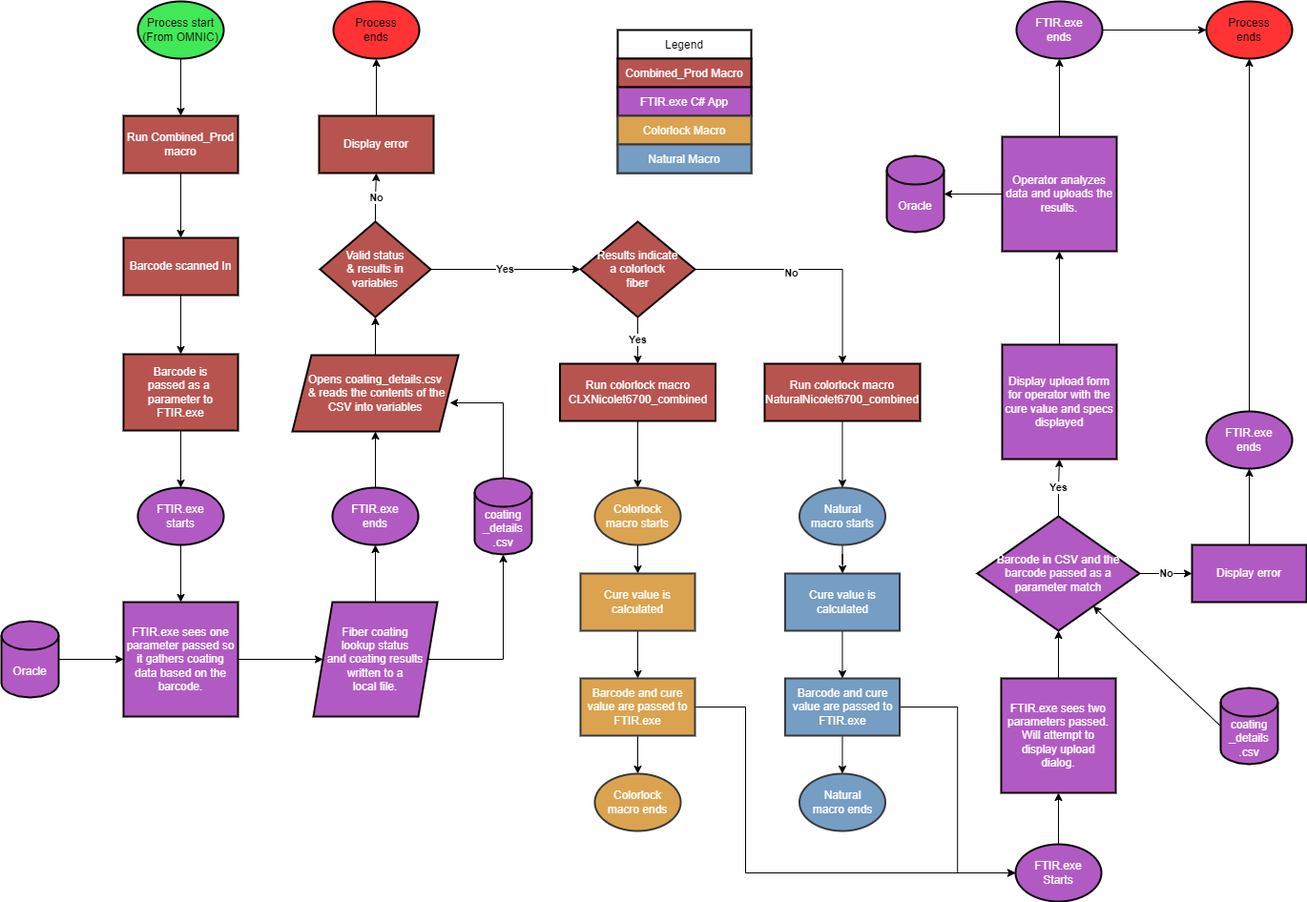
Before: README/cla_ftir/ftir_flow_chart.png, a diagram exported from draw.io (PrysmianGroup/.github). Source tidied: cells renumbered, new cells last; positions are measured from the earlier drawing's top-left corner, leaving out a move shared by most shapes.
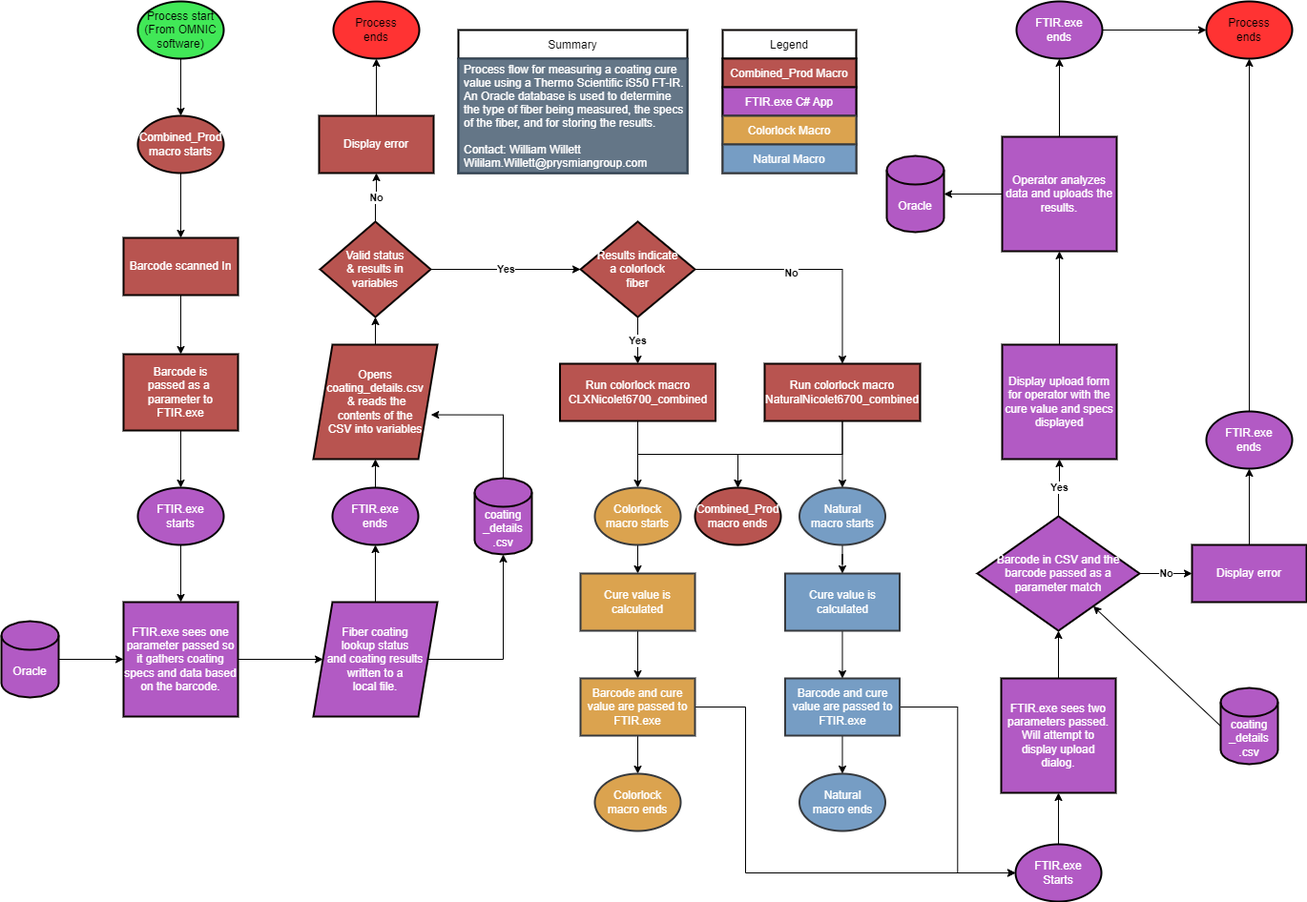
The same diagram one commit later.

Commit message:
Updated cla_ftir flow chart

What changed in the source:
```diff
@@ -2,16 +2,10 @@
   <root>
     <mxCell id="0" />
     <mxCell id="1" parent="0" />
-    <mxCell id="2" style="edgeStyle=orthogonalEdgeStyle;rounded=0;jettySize=auto;html=1;entryX=0.5;entryY=0;entryDx=0;entryDy=0;" parent="1" edge="1" source="3" target="7">
-      <mxGeometry relative="1" as="geometry" />
-    </mxCell>
-    <mxCell id="3" value="Run Combined_Prod macro" style="rounded=0;whiteSpace=wrap;html=1;fillColor=#B85450;strokeColor=#0A0402;strokeWidth=2;fontColor=#FFFFFF;perimeterSpacing=0;" parent="1" vertex="1">
-      <mxGeometry x="128" y="120" width="120" height="60" as="geometry" />
-    </mxCell>
-    <mxCell id="4" style="edgeStyle=orthogonalEdgeStyle;rounded=0;jettySize=auto;html=1;entryX=0.5;entryY=0;entryDx=0;entryDy=0;" parent="1" edge="1" source="5" target="3">
-      <mxGeometry relative="1" as="geometry" />
-    </mxCell>
+    <mxCell id="82" style="edgeStyle=orthogonalEdgeStyle;rounded=0;jettySize=auto;html=1;" parent="1" edge="1" source="5" target="88">
+      <mxGeometry relative="1" as="geometry" />
+    </mxCell>
-    <mxCell id="5" value="Process start&lt;br&gt;(From OMNIC)" style="ellipse;whiteSpace=wrap;html=1;fillColor=#41E857;strokeColor=#000000;strokeWidth=2;" parent="1" vertex="1">
+    <mxCell id="5" value="Process start&lt;br&gt;(From OMNIC&lt;br&gt;software)" style="ellipse;whiteSpace=wrap;html=1;fillColor=#41E857;strokeColor=#000000;strokeWidth=2;" parent="1" vertex="1">
       <mxGeometry x="143" width="90" height="60" as="geometry" />
     </mxCell>
     <mxCell id="6" style="edgeStyle=orthogonalEdgeStyle;rounded=0;jettySize=auto;html=1;entryX=0.5;entryY=0;entryDx=0;entryDy=0;" parent="1" edge="1" source="7" target="9">
@@ -35,7 +29,7 @@
     <mxCell id="12" style="edgeStyle=orthogonalEdgeStyle;rounded=0;jettySize=auto;html=1;" parent="1" edge="1" source="13" target="16">
       <mxGeometry relative="1" as="geometry" />
     </mxCell>
-    <mxCell id="13" value="FTIR.exe sees one parameter passed so it gathers coating data based on the barcode." style="rounded=0;whiteSpace=wrap;html=1;shadow=0;sketch=0;strokeColor=#080301;strokeWidth=2;fillColor=#B25AC4;fontColor=#FFFFFF;" parent="1" vertex="1">
+    <mxCell id="13" value="FTIR.exe sees one parameter passed so it gathers coating specs and data based on the barcode." style="rounded=0;whiteSpace=wrap;html=1;shadow=0;sketch=0;strokeColor=#080301;strokeWidth=2;fillColor=#B25AC4;fontColor=#FFFFFF;" parent="1" vertex="1">
       <mxGeometry x="128" y="630" width="120" height="120" as="geometry" />
     </mxCell>
     <mxCell id="14" style="edgeStyle=orthogonalEdgeStyle;rounded=0;jettySize=auto;html=1;" parent="1" edge="1" source="16" target="18">
@@ -56,8 +50,8 @@
     <mxCell id="19" style="edgeStyle=orthogonalEdgeStyle;rounded=0;jettySize=auto;html=1;" parent="1" edge="1" source="20" target="23">
       <mxGeometry relative="1" as="geometry" />
     </mxCell>
-    <mxCell id="20" value="Opens coating_details.csv&lt;br&gt;&amp;nbsp;&amp;amp; reads the contents of the CSV into variables" style="shape=parallelogram;perimeter=parallelogramPerimeter;whiteSpace=wrap;html=1;fixedSize=1;shadow=0;sketch=0;strokeColor=#0A0402;strokeWidth=2;fillColor=#B85450;fontColor=#FFFFFF;rounded=0;" parent="1" vertex="1">
-      <mxGeometry x="305" y="371" width="174" height="80" as="geometry" />
+    <mxCell id="20" value="Opens coating_details.csv&lt;br&gt;&amp;nbsp;&amp;amp; reads the&lt;br&gt;contents of the&lt;br&gt;CSV into variables" style="shape=parallelogram;perimeter=parallelogramPerimeter;whiteSpace=wrap;html=1;fixedSize=1;shadow=0;sketch=0;strokeColor=#0A0402;strokeWidth=2;fillColor=#B85450;fontColor=#FFFFFF;rounded=0;" parent="1" vertex="1">
+      <mxGeometry x="327" y="360" width="130" height="120" as="geometry" />
     </mxCell>
     <mxCell id="21" value="Yes" style="edgeStyle=orthogonalEdgeStyle;rounded=0;jettySize=auto;html=1;fontStyle=1;" parent="1" edge="1" source="23" target="28">
       <mxGeometry relative="1" as="geometry" />
@@ -86,12 +80,18 @@
     <mxCell id="29" style="edgeStyle=orthogonalEdgeStyle;rounded=0;jettySize=auto;html=1;exitX=0.5;exitY=1;exitDx=0;exitDy=0;" parent="1" edge="1" source="30" target="34">
       <mxGeometry relative="1" as="geometry" />
     </mxCell>
+    <mxCell id="83" style="edgeStyle=orthogonalEdgeStyle;rounded=0;jettySize=auto;html=1;" parent="1" edge="1" source="30" target="89">
+      <mxGeometry relative="1" as="geometry" />
+    </mxCell>
     <mxCell id="30" value="Run colorlock macro&lt;br&gt;CLXNicolet6700_combined" style="rounded=0;whiteSpace=wrap;html=1;fillColor=#B85450;strokeColor=#0A0402;strokeWidth=2;fontColor=#FFFFFF;" parent="1" vertex="1">
       <mxGeometry x="585.5" y="380" width="163" height="60" as="geometry" />
     </mxCell>
     <mxCell id="31" style="edgeStyle=orthogonalEdgeStyle;rounded=0;jettySize=auto;html=1;" parent="1" edge="1" source="32" target="36">
       <mxGeometry relative="1" as="geometry" />
     </mxCell>
+    <mxCell id="84" style="edgeStyle=orthogonalEdgeStyle;rounded=0;jettySize=auto;html=1;" parent="1" edge="1" source="32" target="89">
+      <mxGeometry relative="1" as="geometry" />
+    </mxCell>
     <mxCell id="32" value="Run colorlock macro&lt;br&gt;NaturalNicolet6700_combined" style="rounded=0;whiteSpace=wrap;html=1;fillColor=#B85450;strokeColor=#0A0402;strokeWidth=2;fontColor=#FFFFFF;" parent="1" vertex="1">
       <mxGeometry x="800" y="380" width="163" height="60" as="geometry" />
     </mxCell>
@@ -212,7 +212,7 @@
       <mxGeometry x="1263" y="430" width="90" height="60" as="geometry" />
     </mxCell>
     <mxCell id="70" value="Legend" style="swimlane;fontStyle=0;horizontal=1;startSize=30;shadow=0;sketch=0;strokeColor=#080301;strokeWidth=2;fillColor=#FFFFFF;" parent="1" vertex="1">
-      <mxGeometry x="646" y="30" width="140" height="150" as="geometry" />
+      <mxGeometry x="756" y="30" width="140" height="150" as="geometry" />
     </mxCell>
     <mxCell id="71" value="Combined_Prod Macro" style="text;strokeColor=#0A0402;fillColor=#B85450;align=center;verticalAlign=middle;spacingLeft=4;spacingRight=4;overflow=hidden;shadow=0;sketch=0;fontColor=#FFFFFF;rounded=0;strokeWidth=2;" parent="70" vertex="1">
       <mxGeometry y="30" width="140" height="30" as="geometry" />
@@ -241,7 +241,7 @@
     <mxCell id="79" style="edgeStyle=orthogonalEdgeStyle;rounded=0;jettySize=auto;html=1;entryX=0.948;entryY=0.613;entryDx=0;entryDy=0;entryPerimeter=0;fontColor=#000000;" parent="1" edge="1" source="80" target="20">
       <mxGeometry relative="1" as="geometry">
         <Array as="points">
-          <mxPoint x="526" y="421" />
+          <mxPoint x="526" y="434" />
         </Array>
       </mxGeometry>
     </mxCell>
@@ -251,5 +251,20 @@
     <mxCell id="81" value="coating&lt;br&gt;_details&lt;br&gt;.csv" style="shape=cylinder3;whiteSpace=wrap;html=1;boundedLbl=1;backgroundOutline=1;size=15;fontColor=#FFFFFF;strokeColor=#080301;fillColor=#B25AC4;shadow=0;sketch=0;strokeWidth=2;" parent="1" vertex="1">
       <mxGeometry x="1278" y="720" width="60" height="80" as="geometry" />
     </mxCell>
+    <mxCell id="85" value="Summary" style="swimlane;fontStyle=0;horizontal=1;startSize=30;strokeWidth=2;" parent="1" vertex="1">
+      <mxGeometry x="479" y="30" width="240" height="150" as="geometry" />
+    </mxCell>
+    <mxCell id="86" value="Process flow for measuring a coating cure&#10;value using a Thermo Scientific iS50 FT-IR.&#10;An Oracle database is used to determine&#10;the type of fiber being measured, the specs&#10;of the fiber, and for storing the results.&#10;&#10;Contact: William Willett &#10;Wililam.Willett@prysmiangroup.com" style="text;strokeColor=#314354;fillColor=#647687;align=left;verticalAlign=middle;spacingLeft=4;spacingRight=4;overflow=hidden;fontColor=#ffffff;strokeWidth=2;" parent="85" vertex="1">
+      <mxGeometry y="30" width="240" height="120" as="geometry" />
+    </mxCell>
+    <mxCell id="87" style="edgeStyle=orthogonalEdgeStyle;rounded=0;jettySize=auto;html=1;" parent="1" edge="1" source="88" target="7">
+      <mxGeometry relative="1" as="geometry" />
+    </mxCell>
+    <mxCell id="88" value="Combined_Prod&lt;br&gt;macro starts" style="ellipse;whiteSpace=wrap;html=1;fillColor=#B85450;strokeColor=#0A0402;shadow=0;sketch=0;strokeWidth=2;fontColor=#FFFFFF;rounded=0;" parent="1" vertex="1">
+      <mxGeometry x="143" y="120" width="90" height="60" as="geometry" />
+    </mxCell>
+    <mxCell id="89" value="Combined_Prod&lt;br&gt;macro ends" style="ellipse;whiteSpace=wrap;html=1;fillColor=#B85450;strokeColor=#0A0402;shadow=0;sketch=0;strokeWidth=2;fontColor=#FFFFFF;rounded=0;" parent="1" vertex="1">
+      <mxGeometry x="727" y="510" width="90" height="60" as="geometry" />
+    </mxCell>
   </root>
 </mxGraphModel>
```
